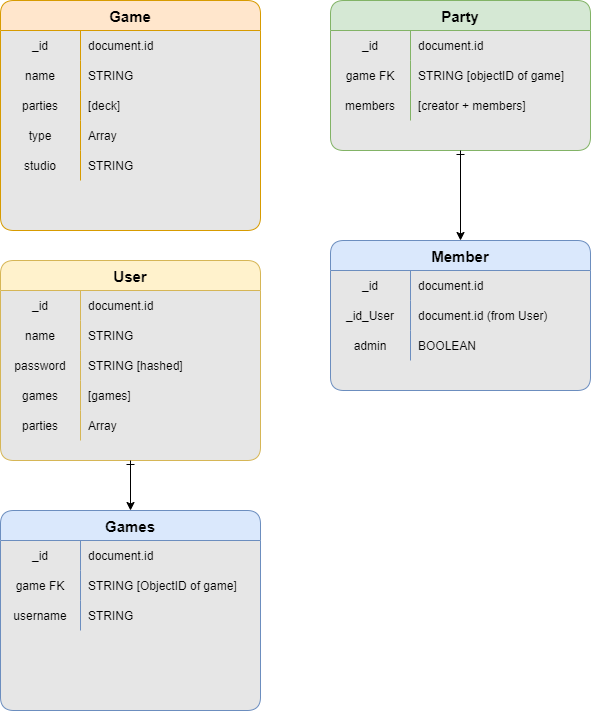
Earlier version of the draw.io export LFG-EMD.png (justin-aquino/LFG-client). Source tidied: cells renumbered, new cells last; positions are measured from the earlier drawing's top-left corner, leaving out a move shared by most shapes.
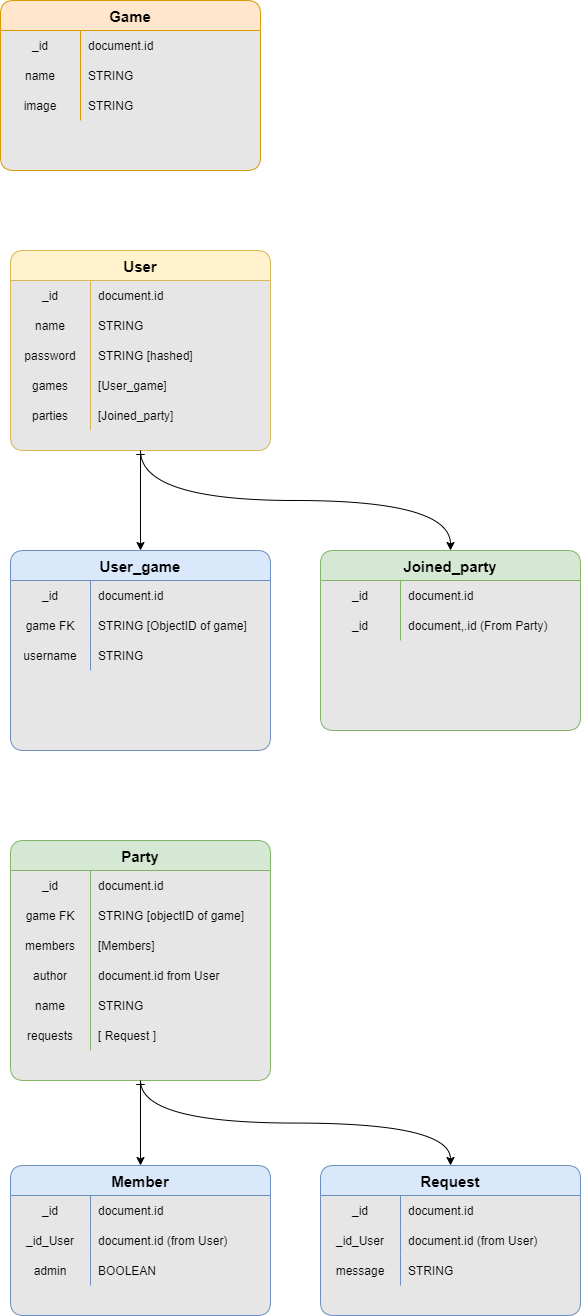
After the change.

Diff of the diagram source:
```diff
@@ -3,7 +3,7 @@
     <mxCell id="0" />
     <mxCell id="1" parent="0" />
     <mxCell id="2" value="User" style="shape=table;startSize=30;rowLines=0;fontStyle=1;align=center;rounded=1;swimlaneFillColor=#E6E6E6;fillColor=#fff2cc;strokeColor=#d6b656;fontSize=15;fontFamily=Helvetica;" parent="1" vertex="1">
-      <mxGeometry y="260" width="260" height="200" as="geometry" />
+      <mxGeometry x="10" y="160" width="260" height="200" as="geometry" />
     </mxCell>
     <mxCell id="3" style="shape=tableRow;horizontal=0;startSize=0;swimlaneHead=0;swimlaneBody=0;fillColor=none;top=0;left=0;right=0;bottom=0;fontFamily=Helvetica;" parent="2" vertex="1">
       <mxGeometry y="30" width="260" height="30" as="geometry" />
@@ -38,7 +38,7 @@
     <mxCell id="13" value="games" style="shape=partialRectangle;fillColor=none;top=0;left=0;bottom=0;right=0;overflow=hidden;fontFamily=Helvetica;" parent="12" vertex="1">
       <mxGeometry width="80" height="30" as="geometry" />
     </mxCell>
-    <mxCell id="14" value="[games]" style="shape=partialRectangle;fillColor=none;top=0;left=0;bottom=0;right=0;align=left;spacingLeft=6;overflow=hidden;fontFamily=Helvetica;" parent="12" vertex="1">
+    <mxCell id="14" value="[User_game]" style="shape=partialRectangle;fillColor=none;top=0;left=0;bottom=0;right=0;align=left;spacingLeft=6;overflow=hidden;fontFamily=Helvetica;" parent="12" vertex="1">
       <mxGeometry x="80" width="180" height="30" as="geometry" />
     </mxCell>
     <mxCell id="15" style="shape=tableRow;horizontal=0;startSize=0;swimlaneHead=0;swimlaneBody=0;fillColor=none;top=0;left=0;right=0;bottom=0;fontFamily=Helvetica;" parent="2" vertex="1">
@@ -47,11 +47,11 @@
     <mxCell id="16" value="parties" style="shape=partialRectangle;fillColor=none;top=0;left=0;bottom=0;right=0;overflow=hidden;fontFamily=Helvetica;" parent="15" vertex="1">
       <mxGeometry width="80" height="30" as="geometry" />
     </mxCell>
-    <mxCell id="17" value="Array" style="shape=partialRectangle;fillColor=none;top=0;left=0;bottom=0;right=0;align=left;spacingLeft=6;overflow=hidden;fontFamily=Helvetica;" parent="15" vertex="1">
+    <mxCell id="17" value="[Joined_party]" style="shape=partialRectangle;fillColor=none;top=0;left=0;bottom=0;right=0;align=left;spacingLeft=6;overflow=hidden;fontFamily=Helvetica;" parent="15" vertex="1">
       <mxGeometry x="80" width="180" height="30" as="geometry" />
     </mxCell>
     <mxCell id="18" value="Game" style="shape=table;startSize=30;rowLines=0;fontStyle=1;align=center;rounded=1;fillColor=#ffe6cc;strokeColor=#d79b00;swimlaneFillColor=#E6E6E6;fontSize=15;fontFamily=Helvetica;" parent="1" vertex="1">
-      <mxGeometry width="260" height="230" as="geometry" />
+      <mxGeometry y="-90" width="260" height="170" as="geometry" />
     </mxCell>
     <mxCell id="19" style="shape=tableRow;horizontal=0;startSize=0;swimlaneHead=0;swimlaneBody=0;fillColor=none;top=0;left=0;right=0;bottom=0;rounded=1;fontFamily=Helvetica;" parent="18" vertex="1">
       <mxGeometry y="30" width="260" height="30" as="geometry" />
@@ -71,35 +71,17 @@
     <mxCell id="24" value="STRING" style="shape=partialRectangle;fillColor=none;top=0;left=0;bottom=0;right=0;align=left;spacingLeft=6;overflow=hidden;rounded=1;fontFamily=Helvetica;" parent="22" vertex="1">
       <mxGeometry x="80" width="180" height="30" as="geometry" />
     </mxCell>
-    <mxCell id="25" style="shape=tableRow;horizontal=0;startSize=0;swimlaneHead=0;swimlaneBody=0;fillColor=none;top=0;left=0;right=0;bottom=0;rounded=1;fontFamily=Helvetica;" parent="18" vertex="1">
-      <mxGeometry y="90" width="260" height="30" as="geometry" />
-    </mxCell>
-    <mxCell id="26" value="parties" style="shape=partialRectangle;fillColor=none;top=0;left=0;bottom=0;right=0;overflow=hidden;rounded=1;fontFamily=Helvetica;" parent="25" vertex="1">
-      <mxGeometry width="80" height="30" as="geometry" />
-    </mxCell>
-    <mxCell id="27" value="[deck]" style="shape=partialRectangle;fillColor=none;top=0;left=0;bottom=0;right=0;align=left;spacingLeft=6;overflow=hidden;rounded=1;fontFamily=Helvetica;" parent="25" vertex="1">
-      <mxGeometry x="80" width="180" height="30" as="geometry" />
-    </mxCell>
     <mxCell id="28" style="shape=tableRow;horizontal=0;startSize=0;swimlaneHead=0;swimlaneBody=0;fillColor=none;top=0;left=0;right=0;bottom=0;rounded=1;fontFamily=Helvetica;" parent="18" vertex="1">
-      <mxGeometry y="120" width="260" height="30" as="geometry" />
+      <mxGeometry y="90" width="260" height="30" as="geometry" />
     </mxCell>
-    <mxCell id="29" value="type" style="shape=partialRectangle;fillColor=none;top=0;left=0;bottom=0;right=0;overflow=hidden;rounded=1;fontFamily=Helvetica;" parent="28" vertex="1">
+    <mxCell id="29" value="image" style="shape=partialRectangle;fillColor=none;top=0;left=0;bottom=0;right=0;overflow=hidden;rounded=1;fontFamily=Helvetica;" parent="28" vertex="1">
       <mxGeometry width="80" height="30" as="geometry" />
     </mxCell>
-    <mxCell id="30" value="Array" style="shape=partialRectangle;fillColor=none;top=0;left=0;bottom=0;right=0;align=left;spacingLeft=6;overflow=hidden;rounded=1;fontFamily=Helvetica;" parent="28" vertex="1">
+    <mxCell id="30" value="STRING" style="shape=partialRectangle;fillColor=none;top=0;left=0;bottom=0;right=0;align=left;spacingLeft=6;overflow=hidden;rounded=1;fontFamily=Helvetica;" parent="28" vertex="1">
       <mxGeometry x="80" width="180" height="30" as="geometry" />
     </mxCell>
-    <mxCell id="31" style="shape=tableRow;horizontal=0;startSize=0;swimlaneHead=0;swimlaneBody=0;fillColor=none;top=0;left=0;right=0;bottom=0;rounded=1;fontFamily=Helvetica;" parent="18" vertex="1">
-      <mxGeometry y="150" width="260" height="30" as="geometry" />
-    </mxCell>
-    <mxCell id="32" value="studio" style="shape=partialRectangle;fillColor=none;top=0;left=0;bottom=0;right=0;overflow=hidden;rounded=1;fontFamily=Helvetica;" parent="31" vertex="1">
-      <mxGeometry width="80" height="30" as="geometry" />
-    </mxCell>
-    <mxCell id="33" value="STRING" style="shape=partialRectangle;fillColor=none;top=0;left=0;bottom=0;right=0;align=left;spacingLeft=6;overflow=hidden;rounded=1;fontFamily=Helvetica;" parent="31" vertex="1">
-      <mxGeometry x="80" width="180" height="30" as="geometry" />
-    </mxCell>
     <mxCell id="34" value="Member" style="shape=table;startSize=30;rowLines=0;fontStyle=1;align=center;rounded=1;fillColor=#dae8fc;strokeColor=#6c8ebf;swimlaneFillColor=#E6E6E6;fontSize=15;fontFamily=Helvetica;" parent="1" vertex="1">
-      <mxGeometry x="330" y="240" width="260" height="150" as="geometry" />
+      <mxGeometry x="10" y="1075" width="260" height="150" as="geometry" />
     </mxCell>
     <mxCell id="35" style="shape=tableRow;horizontal=0;startSize=0;swimlaneHead=0;swimlaneBody=0;fillColor=none;top=0;left=0;right=0;bottom=0;rounded=1;fontFamily=Helvetica;" parent="34" vertex="1">
       <mxGeometry y="30" width="260" height="30" as="geometry" />
@@ -129,7 +111,7 @@
       <mxGeometry x="80" width="180" height="30" as="geometry" />
     </mxCell>
     <mxCell id="44" value="Party" style="shape=table;startSize=30;rowLines=0;fontStyle=1;align=center;rounded=1;fillColor=#d5e8d4;strokeColor=#82b366;swimlaneFillColor=#E6E6E6;fontSize=15;fontFamily=Helvetica;" parent="1" vertex="1">
-      <mxGeometry x="330" width="260" height="150" as="geometry" />
+      <mxGeometry x="10" y="750" width="260" height="240" as="geometry" />
     </mxCell>
     <mxCell id="45" style="shape=tableRow;horizontal=0;startSize=0;swimlaneHead=0;swimlaneBody=0;fillColor=none;top=0;left=0;right=0;bottom=0;rounded=1;fontFamily=Helvetica;" parent="44" vertex="1">
       <mxGeometry y="30" width="260" height="30" as="geometry" />
@@ -155,14 +137,41 @@
     <mxCell id="52" value="members" style="shape=partialRectangle;fillColor=none;top=0;left=0;bottom=0;right=0;overflow=hidden;rounded=1;fontFamily=Helvetica;" parent="51" vertex="1">
       <mxGeometry width="80" height="30" as="geometry" />
     </mxCell>
-    <mxCell id="53" value="[creator + members]" style="shape=partialRectangle;fillColor=none;top=0;left=0;bottom=0;right=0;align=left;spacingLeft=6;overflow=hidden;rounded=1;fontFamily=Helvetica;" parent="51" vertex="1">
+    <mxCell id="53" value="[Members]" style="shape=partialRectangle;fillColor=none;top=0;left=0;bottom=0;right=0;align=left;spacingLeft=6;overflow=hidden;rounded=1;fontFamily=Helvetica;" parent="51" vertex="1">
       <mxGeometry x="80" width="180" height="30" as="geometry" />
     </mxCell>
+    <mxCell id="66" style="shape=tableRow;horizontal=0;startSize=0;swimlaneHead=0;swimlaneBody=0;fillColor=none;top=0;left=0;right=0;bottom=0;rounded=1;fontFamily=Helvetica;" parent="44" vertex="1">
+      <mxGeometry y="120" width="260" height="30" as="geometry" />
+    </mxCell>
+    <mxCell id="67" value="author" style="shape=partialRectangle;fillColor=none;top=0;left=0;bottom=0;right=0;overflow=hidden;rounded=1;fontFamily=Helvetica;" parent="66" vertex="1">
+      <mxGeometry width="80" height="30" as="geometry" />
+    </mxCell>
+    <mxCell id="68" value="document.id from User" style="shape=partialRectangle;fillColor=none;top=0;left=0;bottom=0;right=0;align=left;spacingLeft=6;overflow=hidden;rounded=1;fontFamily=Helvetica;" parent="66" vertex="1">
+      <mxGeometry x="80" width="180" height="30" as="geometry" />
+    </mxCell>
+    <mxCell id="31" style="shape=tableRow;horizontal=0;startSize=0;swimlaneHead=0;swimlaneBody=0;fillColor=none;top=0;left=0;right=0;bottom=0;rounded=1;fontFamily=Helvetica;" parent="44" vertex="1">
+      <mxGeometry y="150" width="260" height="30" as="geometry" />
+    </mxCell>
+    <mxCell id="69" value="name" style="shape=partialRectangle;fillColor=none;top=0;left=0;bottom=0;right=0;overflow=hidden;rounded=1;fontFamily=Helvetica;" parent="31" vertex="1">
+      <mxGeometry width="80" height="30" as="geometry" />
+    </mxCell>
+    <mxCell id="70" value="STRING" style="shape=partialRectangle;fillColor=none;top=0;left=0;bottom=0;right=0;align=left;spacingLeft=6;overflow=hidden;rounded=1;fontFamily=Helvetica;" parent="31" vertex="1">
+      <mxGeometry x="80" width="180" height="30" as="geometry" />
+    </mxCell>
+    <mxCell id="71" style="shape=tableRow;horizontal=0;startSize=0;swimlaneHead=0;swimlaneBody=0;fillColor=none;top=0;left=0;right=0;bottom=0;rounded=1;fontFamily=Helvetica;" parent="44" vertex="1">
+      <mxGeometry y="180" width="260" height="30" as="geometry" />
+    </mxCell>
+    <mxCell id="72" value="requests" style="shape=partialRectangle;fillColor=none;top=0;left=0;bottom=0;right=0;overflow=hidden;rounded=1;fontFamily=Helvetica;" parent="71" vertex="1">
+      <mxGeometry width="80" height="30" as="geometry" />
+    </mxCell>
+    <mxCell id="73" value="[ Request ]" style="shape=partialRectangle;fillColor=none;top=0;left=0;bottom=0;right=0;align=left;spacingLeft=6;overflow=hidden;rounded=1;fontFamily=Helvetica;" parent="71" vertex="1">
+      <mxGeometry x="80" width="180" height="30" as="geometry" />
+    </mxCell>
     <mxCell id="54" style="edgeStyle=orthogonalEdgeStyle;fontSize=12;html=1;endArrow=classic;endFill=1;rounded=0;startArrow=ERone;startFill=0;jumpStyle=arc;fontFamily=Helvetica;curved=1;entryX=0.5;entryY=0;entryDx=0;entryDy=0;exitX=0.5;exitY=1;exitDx=0;exitDy=0;" parent="1" edge="1" source="44" target="34">
       <mxGeometry relative="1" as="geometry" />
     </mxCell>
-    <mxCell id="55" value="Games" style="shape=table;startSize=30;rowLines=0;fontStyle=1;align=center;rounded=1;fillColor=#dae8fc;strokeColor=#6c8ebf;swimlaneFillColor=#E6E6E6;fontSize=15;fontFamily=Helvetica;" parent="1" vertex="1">
-      <mxGeometry y="510" width="260" height="200" as="geometry" />
+    <mxCell id="55" value="User_game" style="shape=table;startSize=30;rowLines=0;fontStyle=1;align=center;rounded=1;fillColor=#dae8fc;strokeColor=#6c8ebf;swimlaneFillColor=#E6E6E6;fontSize=15;fontFamily=Helvetica;" parent="1" vertex="1">
+      <mxGeometry x="10" y="460" width="260" height="200" as="geometry" />
     </mxCell>
     <mxCell id="56" style="shape=tableRow;horizontal=0;startSize=0;swimlaneHead=0;swimlaneBody=0;fillColor=none;top=0;left=0;right=0;bottom=0;rounded=1;fontFamily=Helvetica;" parent="55" vertex="1">
       <mxGeometry y="30" width="260" height="30" as="geometry" />
@@ -194,5 +203,62 @@
     <mxCell id="65" style="edgeStyle=orthogonalEdgeStyle;fontSize=12;html=1;endArrow=classic;endFill=1;rounded=0;startArrow=ERone;startFill=0;jumpStyle=arc;fontFamily=Helvetica;curved=1;entryX=0.5;entryY=0;entryDx=0;entryDy=0;exitX=0.5;exitY=1;exitDx=0;exitDy=0;" parent="1" edge="1" source="2" target="55">
       <mxGeometry relative="1" as="geometry" />
     </mxCell>
+    <mxCell id="74" value="Joined_party" style="shape=table;startSize=30;rowLines=0;fontStyle=1;align=center;rounded=1;fillColor=#d5e8d4;strokeColor=#82b366;swimlaneFillColor=#E6E6E6;fontSize=15;fontFamily=Helvetica;" parent="1" vertex="1">
+      <mxGeometry x="320" y="460" width="260" height="180" as="geometry" />
+    </mxCell>
+    <mxCell id="75" style="shape=tableRow;horizontal=0;startSize=0;swimlaneHead=0;swimlaneBody=0;fillColor=none;top=0;left=0;right=0;bottom=0;rounded=1;fontFamily=Helvetica;" parent="74" vertex="1">
+      <mxGeometry y="30" width="260" height="30" as="geometry" />
+    </mxCell>
+    <mxCell id="76" value="_id" style="shape=partialRectangle;fillColor=none;top=0;left=0;bottom=0;right=0;overflow=hidden;rounded=1;fontFamily=Helvetica;" parent="75" vertex="1">
+      <mxGeometry width="80" height="30" as="geometry" />
+    </mxCell>
+    <mxCell id="77" value="document.id" style="shape=partialRectangle;fillColor=none;top=0;left=0;bottom=0;right=0;align=left;spacingLeft=6;overflow=hidden;rounded=1;fontFamily=Helvetica;" parent="75" vertex="1">
+      <mxGeometry x="80" width="180" height="30" as="geometry" />
+    </mxCell>
+    <mxCell id="78" style="shape=tableRow;horizontal=0;startSize=0;swimlaneHead=0;swimlaneBody=0;fillColor=none;top=0;left=0;right=0;bottom=0;rounded=1;fontFamily=Helvetica;" parent="74" vertex="1">
+      <mxGeometry y="60" width="260" height="30" as="geometry" />
+    </mxCell>
+    <mxCell id="79" value="_id" style="shape=partialRectangle;fillColor=none;top=0;left=0;bottom=0;right=0;overflow=hidden;rounded=1;fontFamily=Helvetica;" parent="78" vertex="1">
+      <mxGeometry width="80" height="30" as="geometry" />
+    </mxCell>
+    <mxCell id="80" value="document,.id (From Party)" style="shape=partialRectangle;fillColor=none;top=0;left=0;bottom=0;right=0;align=left;spacingLeft=6;overflow=hidden;rounded=1;fontFamily=Helvetica;" parent="78" vertex="1">
+      <mxGeometry x="80" width="180" height="30" as="geometry" />
+    </mxCell>
+    <mxCell id="81" style="edgeStyle=orthogonalEdgeStyle;fontSize=12;html=1;endArrow=classic;endFill=1;rounded=0;startArrow=ERone;startFill=0;jumpStyle=arc;fontFamily=Helvetica;curved=1;entryX=0.5;entryY=0;entryDx=0;entryDy=0;exitX=0.5;exitY=1;exitDx=0;exitDy=0;" parent="1" edge="1" source="2" target="74">
+      <mxGeometry relative="1" as="geometry" />
+    </mxCell>
+    <mxCell id="82" value="Request" style="shape=table;startSize=30;rowLines=0;fontStyle=1;align=center;rounded=1;fillColor=#dae8fc;strokeColor=#6c8ebf;swimlaneFillColor=#E6E6E6;fontSize=15;fontFamily=Helvetica;" parent="1" vertex="1">
+      <mxGeometry x="320" y="1075" width="260" height="150" as="geometry" />
+    </mxCell>
+    <mxCell id="83" style="shape=tableRow;horizontal=0;startSize=0;swimlaneHead=0;swimlaneBody=0;fillColor=none;top=0;left=0;right=0;bottom=0;rounded=1;fontFamily=Helvetica;" parent="82" vertex="1">
+      <mxGeometry y="30" width="260" height="30" as="geometry" />
+    </mxCell>
+    <mxCell id="84" value="_id" style="shape=partialRectangle;fillColor=none;top=0;left=0;bottom=0;right=0;overflow=hidden;rounded=1;fontFamily=Helvetica;" parent="83" vertex="1">
+      <mxGeometry width="80" height="30" as="geometry" />
+    </mxCell>
+    <mxCell id="85" value="document.id" style="shape=partialRectangle;fillColor=none;top=0;left=0;bottom=0;right=0;align=left;spacingLeft=6;overflow=hidden;rounded=1;fontFamily=Helvetica;" parent="83" vertex="1">
+      <mxGeometry x="80" width="180" height="30" as="geometry" />
+    </mxCell>
+    <mxCell id="86" style="shape=tableRow;horizontal=0;startSize=0;swimlaneHead=0;swimlaneBody=0;fillColor=none;top=0;left=0;right=0;bottom=0;rounded=1;fontFamily=Helvetica;" parent="82" vertex="1">
+      <mxGeometry y="60" width="260" height="30" as="geometry" />
+    </mxCell>
+    <mxCell id="87" value="_id_User" style="shape=partialRectangle;fillColor=none;top=0;left=0;bottom=0;right=0;overflow=hidden;rounded=1;fontFamily=Helvetica;" parent="86" vertex="1">
+      <mxGeometry width="80" height="30" as="geometry" />
+    </mxCell>
+    <mxCell id="88" value="document.id (from User)" style="shape=partialRectangle;fillColor=none;top=0;left=0;bottom=0;right=0;align=left;spacingLeft=6;overflow=hidden;rounded=1;fontFamily=Helvetica;" parent="86" vertex="1">
+      <mxGeometry x="80" width="180" height="30" as="geometry" />
+    </mxCell>
+    <mxCell id="25" style="shape=tableRow;horizontal=0;startSize=0;swimlaneHead=0;swimlaneBody=0;fillColor=none;top=0;left=0;right=0;bottom=0;rounded=1;fontFamily=Helvetica;" parent="82" vertex="1">
+      <mxGeometry y="90" width="260" height="30" as="geometry" />
+    </mxCell>
+    <mxCell id="89" value="message" style="shape=partialRectangle;fillColor=none;top=0;left=0;bottom=0;right=0;overflow=hidden;rounded=1;fontFamily=Helvetica;" parent="25" vertex="1">
+      <mxGeometry width="80" height="30" as="geometry" />
+    </mxCell>
+    <mxCell id="90" value="STRING" style="shape=partialRectangle;fillColor=none;top=0;left=0;bottom=0;right=0;align=left;spacingLeft=6;overflow=hidden;rounded=1;fontFamily=Helvetica;" parent="25" vertex="1">
+      <mxGeometry x="80" width="180" height="30" as="geometry" />
+    </mxCell>
+    <mxCell id="91" style="edgeStyle=orthogonalEdgeStyle;fontSize=12;html=1;endArrow=classic;endFill=1;rounded=0;startArrow=ERone;startFill=0;jumpStyle=arc;fontFamily=Helvetica;curved=1;entryX=0.5;entryY=0;entryDx=0;entryDy=0;exitX=0.5;exitY=1;exitDx=0;exitDy=0;" parent="1" edge="1" source="44" target="82">
+      <mxGeometry relative="1" as="geometry" />
+    </mxCell>
   </root>
 </mxGraphModel>
```
